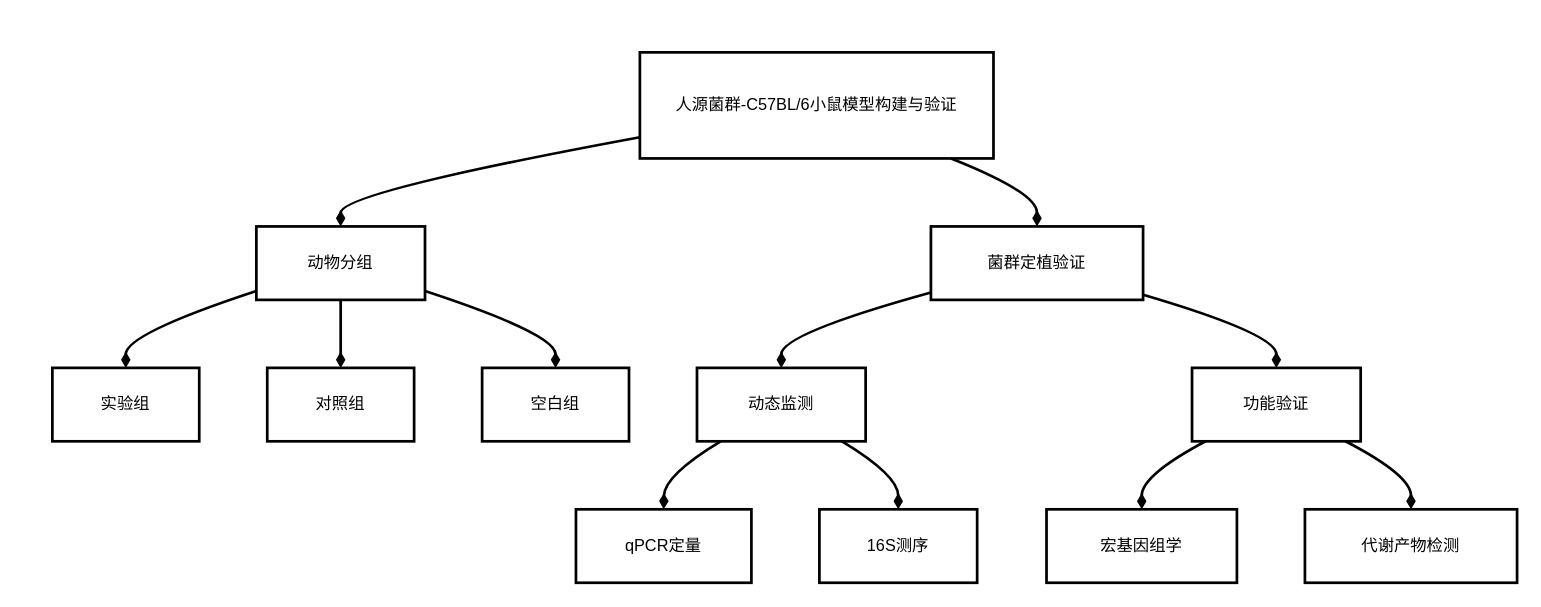
This is 技术路线图2.drawio from DavidWang2019/TEST, a draw.io file, before an edit. Source tidied: cells renumbered, new cells numbered last; positions are measured from the earlier drawing's top-left corner, leaving out a move shared by most shapes. Both pictures are drawn from the tidied source at 136%, with x=0, y=0 at pixel (52, 52).
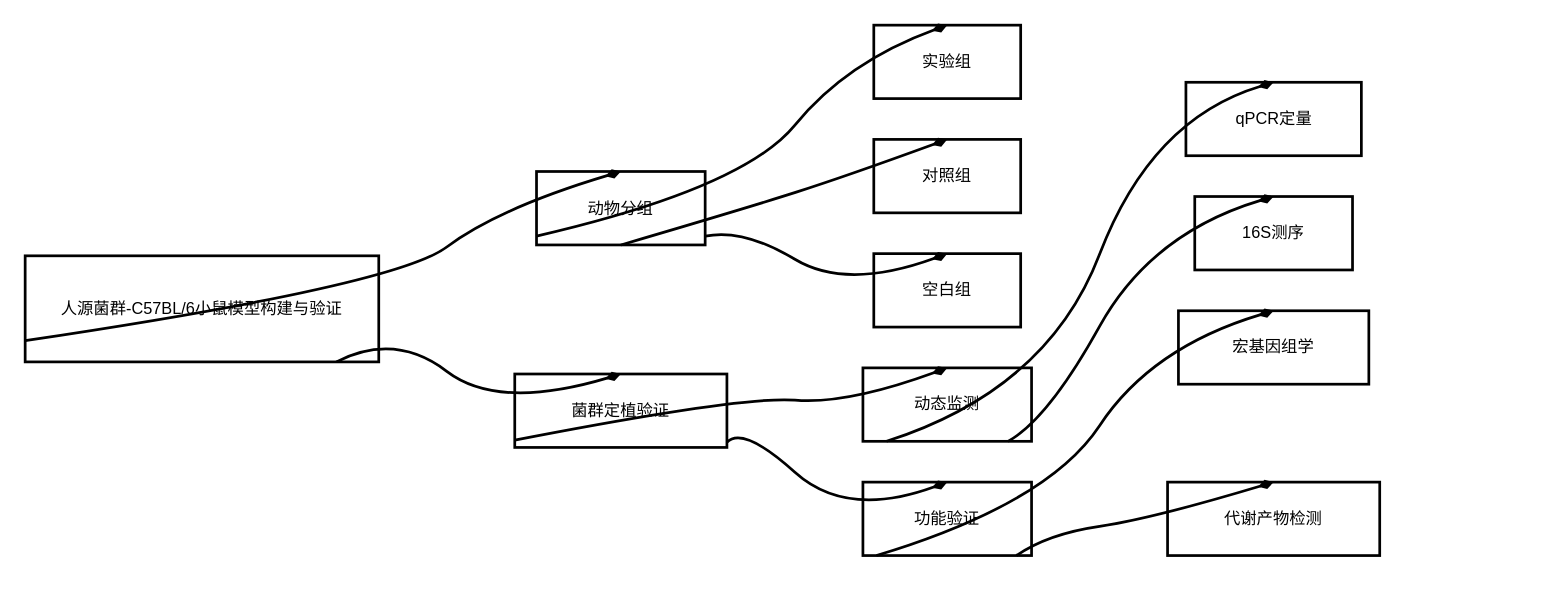
The same diagram, later.

Commit message (it also covers changes not shown here):
更新技术路线图2.drawio

The edit, as a diff of the source:
```diff
@@
     <mxCell id="2" value="人源菌群-C57BL/6小鼠模型构建与验证" style="whiteSpace=wrap;strokeWidth=2;" parent="1" vertex="1">
-      <mxGeometry x="432" width="260" height="78" as="geometry" />
+      <mxGeometry x="-20" y="149.6" width="260" height="78" as="geometry" />
     </mxCell>
     <mxCell id="3" value="动物分组" style="whiteSpace=wrap;strokeWidth=2;" parent="1" vertex="1">
-      <mxGeometry x="150" y="128" width="124" height="54" as="geometry" />
+      <mxGeometry x="356" y="87.6" width="124" height="54" as="geometry" />
     </mxCell>
     <mxCell id="4" value="菌群定植验证" style="whiteSpace=wrap;strokeWidth=2;" parent="1" vertex="1">
-      <mxGeometry x="646" y="128" width="156" height="54" as="geometry" />
+      <mxGeometry x="340" y="236.5" width="156" height="54" as="geometry" />
     </mxCell>
     <mxCell id="5" value="实验组" style="whiteSpace=wrap;strokeWidth=2;" parent="1" vertex="1">
-      <mxGeometry y="232" width="108" height="54" as="geometry" />
+      <mxGeometry x="604" y="-20" width="108" height="54" as="geometry" />
     </mxCell>
     <mxCell id="6" value="对照组" style="whiteSpace=wrap;strokeWidth=2;" parent="1" vertex="1">
-      <mxGeometry x="158" y="232" width="108" height="54" as="geometry" />
+      <mxGeometry x="604" y="64" width="108" height="54" as="geometry" />
     </mxCell>
     <mxCell id="7" value="空白组" style="whiteSpace=wrap;strokeWidth=2;" parent="1" vertex="1">
-      <mxGeometry x="316" y="232" width="108" height="54" as="geometry" />
+      <mxGeometry x="604" y="148" width="108" height="54" as="geometry" />
     </mxCell>
     <mxCell id="8" value="动态监测" style="whiteSpace=wrap;strokeWidth=2;" parent="1" vertex="1">
-      <mxGeometry x="474" y="232" width="124" height="54" as="geometry" />
+      <mxGeometry x="596" y="232" width="124" height="54" as="geometry" />
     </mxCell>
     <mxCell id="9" value="功能验证" style="whiteSpace=wrap;strokeWidth=2;" parent="1" vertex="1">
-      <mxGeometry x="838" y="232" width="124" height="54" as="geometry" />
+      <mxGeometry x="596" y="316" width="124" height="54" as="geometry" />
     </mxCell>
     <mxCell id="10" value="qPCR定量" style="whiteSpace=wrap;strokeWidth=2;" parent="1" vertex="1">
-      <mxGeometry x="385" y="336" width="129" height="54" as="geometry" />
+      <mxGeometry x="833.5" y="22" width="129" height="54" as="geometry" />
     </mxCell>
     <mxCell id="11" value="16S测序" style="whiteSpace=wrap;strokeWidth=2;" parent="1" vertex="1">
-      <mxGeometry x="564" y="336" width="116" height="54" as="geometry" />
+      <mxGeometry x="840" y="106" width="116" height="54" as="geometry" />
     </mxCell>
     <mxCell id="12" value="宏基因组学" style="whiteSpace=wrap;strokeWidth=2;" parent="1" vertex="1">
-      <mxGeometry x="731" y="336" width="140" height="54" as="geometry" />
+      <mxGeometry x="828" y="190" width="140" height="54" as="geometry" />
     </mxCell>
     <mxCell id="13" value="代谢产物检测" style="whiteSpace=wrap;strokeWidth=2;" parent="1" vertex="1">
-      <mxGeometry x="921" y="336" width="156" height="54" as="geometry" />
+      <mxGeometry x="820" y="316" width="156" height="54" as="geometry" />
     </mxCell>
-    <mxCell id="14" style="curved=1;startArrow=none;endArrow=diamondThin;exitX=0;exitY=0.8;entryX=0.5;entryY=0;rounded=0;strokeWidth=2;endFill=1;" parent="1" edge="1" source="2" target="3">
+    <mxCell id="14" style="curved=1;startArrow=none;endArrow=diamondThin;exitX=0;exitY=0.8;entryX=0.5;entryY=0;rounded=0;strokeWidth=2;endFill=1;noEdgeStyle=1;orthogonal=1;" parent="1" edge="1" source="2" target="3">
       <mxGeometry relative="1" as="geometry">
         <Array as="points">
-          <mxPoint x="212" y="103" />
+          <mxPoint x="252" y="171.6" />
+          <mxPoint x="328" y="114.6" />
         </Array>
       </mxGeometry>
     </mxCell>
-    <mxCell id="15" style="curved=1;startArrow=none;endArrow=diamondThin;exitX=0.88;exitY=1;entryX=0.5;entryY=0;rounded=0;strokeWidth=2;endFill=1;" parent="1" edge="1" source="2" target="4">
+    <mxCell id="15" style="curved=1;startArrow=none;endArrow=diamondThin;exitX=0.88;exitY=1;entryX=0.5;entryY=0;rounded=0;strokeWidth=2;endFill=1;noEdgeStyle=1;orthogonal=1;" parent="1" edge="1" source="2" target="4">
       <mxGeometry relative="1" as="geometry">
         <Array as="points">
-          <mxPoint x="724" y="103" />
+          <mxPoint x="252" y="205.6" />
+          <mxPoint x="328" y="263.5" />
         </Array>
       </mxGeometry>
     </mxCell>
-    <mxCell id="16" style="curved=1;startArrow=none;endArrow=diamondThin;exitX=0;exitY=0.88;entryX=0.5;entryY=0;rounded=0;strokeWidth=2;endFill=1;" parent="1" edge="1" source="3" target="5">
+    <mxCell id="16" style="curved=1;startArrow=none;endArrow=diamondThin;exitX=0;exitY=0.88;entryX=0.5;entryY=0;rounded=0;strokeWidth=2;endFill=1;noEdgeStyle=1;orthogonal=1;" parent="1" edge="1" source="3" target="5">
       <mxGeometry relative="1" as="geometry">
         <Array as="points">
-          <mxPoint x="54" y="207" />
+          <mxPoint x="508" y="100" />
+          <mxPoint x="584" y="7" />
         </Array>
       </mxGeometry>
     </mxCell>
-    <mxCell id="17" style="curved=1;startArrow=none;endArrow=diamondThin;exitX=0.5;exitY=1;entryX=0.5;entryY=0;rounded=0;strokeWidth=2;endFill=1;" parent="1" edge="1" source="3" target="6">
-      <mxGeometry relative="1" as="geometry" />
+    <mxCell id="17" style="curved=1;startArrow=none;endArrow=diamondThin;exitX=0.5;exitY=1;entryX=0.5;entryY=0;rounded=0;strokeWidth=2;endFill=1;noEdgeStyle=1;orthogonal=1;" parent="1" edge="1" source="3" target="6">
+      <mxGeometry relative="1" as="geometry">
+        <Array as="points">
+          <mxPoint x="510" y="114.6" />
+          <mxPoint x="584" y="91" />
+        </Array>
+      </mxGeometry>
     </mxCell>
-    <mxCell id="18" style="curved=1;startArrow=none;endArrow=diamondThin;exitX=1;exitY=0.88;entryX=0.5;entryY=0;rounded=0;strokeWidth=2;endFill=1;" parent="1" edge="1" source="3" target="7">
+    <mxCell id="18" style="curved=1;startArrow=none;endArrow=diamondThin;exitX=1;exitY=0.88;entryX=0.5;entryY=0;rounded=0;strokeWidth=2;endFill=1;noEdgeStyle=1;orthogonal=1;" parent="1" edge="1" source="3" target="7">
       <mxGeometry relative="1" as="geometry">
         <Array as="points">
-          <mxPoint x="370" y="207" />
+          <mxPoint x="508" y="129.3" />
+          <mxPoint x="584" y="175" />
         </Array>
       </mxGeometry>
     </mxCell>
-    <mxCell id="19" style="curved=1;startArrow=none;endArrow=diamondThin;exitX=0;exitY=0.9;entryX=0.5;entryY=0;rounded=0;strokeWidth=2;endFill=1;" parent="1" edge="1" source="4" target="8">
+    <mxCell id="19" style="curved=1;startArrow=none;endArrow=diamondThin;exitX=0;exitY=0.9;entryX=0.5;entryY=0;rounded=0;strokeWidth=2;endFill=1;noEdgeStyle=1;orthogonal=1;" parent="1" edge="1" source="4" target="8">
       <mxGeometry relative="1" as="geometry">
         <Array as="points">
-          <mxPoint x="536" y="207" />
+          <mxPoint x="508" y="252.5" />
+          <mxPoint x="584" y="259" />
         </Array>
       </mxGeometry>
     </mxCell>
-    <mxCell id="20" style="curved=1;startArrow=none;endArrow=diamondThin;exitX=1;exitY=0.93;entryX=0.5;entryY=0;rounded=0;strokeWidth=2;endFill=1;" parent="1" edge="1" source="4" target="9">
+    <mxCell id="20" style="curved=1;startArrow=none;endArrow=diamondThin;exitX=1;exitY=0.93;entryX=0.5;entryY=0;rounded=0;strokeWidth=2;endFill=1;noEdgeStyle=1;orthogonal=1;" parent="1" edge="1" source="4" target="9">
       <mxGeometry relative="1" as="geometry">
         <Array as="points">
-          <mxPoint x="900" y="207" />
+          <mxPoint x="508" y="274.5" />
+          <mxPoint x="584" y="343" />
         </Array>
       </mxGeometry>
     </mxCell>
-    <mxCell id="21" style="curved=1;startArrow=none;endArrow=diamondThin;exitX=0.14;exitY=1;entryX=0.5;entryY=0;rounded=0;strokeWidth=2;endFill=1;" parent="1" edge="1" source="8" target="10">
+    <mxCell id="21" style="curved=1;startArrow=none;endArrow=diamondThin;exitX=0.14;exitY=1;entryX=0.5;entryY=0;rounded=0;strokeWidth=2;endFill=1;noEdgeStyle=1;orthogonal=1;" parent="1" edge="1" source="8" target="10">
       <mxGeometry relative="1" as="geometry">
         <Array as="points">
-          <mxPoint x="450" y="311" />
+          <mxPoint x="732" y="248" />
+          <mxPoint x="808" y="49" />
         </Array>
       </mxGeometry>
     </mxCell>
-    <mxCell id="22" style="curved=1;startArrow=none;endArrow=diamondThin;exitX=0.86;exitY=1;entryX=0.5;entryY=0;rounded=0;strokeWidth=2;endFill=1;" parent="1" edge="1" source="8" target="11">
+    <mxCell id="22" style="curved=1;startArrow=none;endArrow=diamondThin;exitX=0.86;exitY=1;entryX=0.5;entryY=0;rounded=0;strokeWidth=2;endFill=1;noEdgeStyle=1;orthogonal=1;" parent="1" edge="1" source="8" target="11">
       <mxGeometry relative="1" as="geometry">
         <Array as="points">
-          <mxPoint x="622" y="311" />
+          <mxPoint x="732" y="270" />
+          <mxPoint x="808" y="133" />
         </Array>
       </mxGeometry>
     </mxCell>
-    <mxCell id="23" style="curved=1;startArrow=none;endArrow=diamondThin;exitX=0.08;exitY=1;entryX=0.5;entryY=0;rounded=0;strokeWidth=2;endFill=1;" parent="1" edge="1" source="9" target="12">
+    <mxCell id="23" style="curved=1;startArrow=none;endArrow=diamondThin;exitX=0.08;exitY=1;entryX=0.5;entryY=0;rounded=0;strokeWidth=2;endFill=1;noEdgeStyle=1;orthogonal=1;" parent="1" edge="1" source="9" target="12">
       <mxGeometry relative="1" as="geometry">
         <Array as="points">
-          <mxPoint x="801" y="311" />
+          <mxPoint x="732" y="332" />
+          <mxPoint x="808" y="217" />
         </Array>
       </mxGeometry>
     </mxCell>
-    <mxCell id="24" style="curved=1;startArrow=none;endArrow=diamondThin;exitX=0.91;exitY=1;entryX=0.5;entryY=0;rounded=0;strokeWidth=2;endFill=1;" parent="1" edge="1" source="9" target="13">
+    <mxCell id="24" style="curved=1;startArrow=none;endArrow=diamondThin;exitX=0.91;exitY=1;entryX=0.5;entryY=0;rounded=0;strokeWidth=2;endFill=1;noEdgeStyle=1;orthogonal=1;" parent="1" edge="1" source="9" target="13">
       <mxGeometry relative="1" as="geometry">
         <Array as="points">
-          <mxPoint x="999" y="311" />
+          <mxPoint x="732" y="354" />
+          <mxPoint x="808" y="343" />
         </Array>
       </mxGeometry>
     </mxCell>
```
